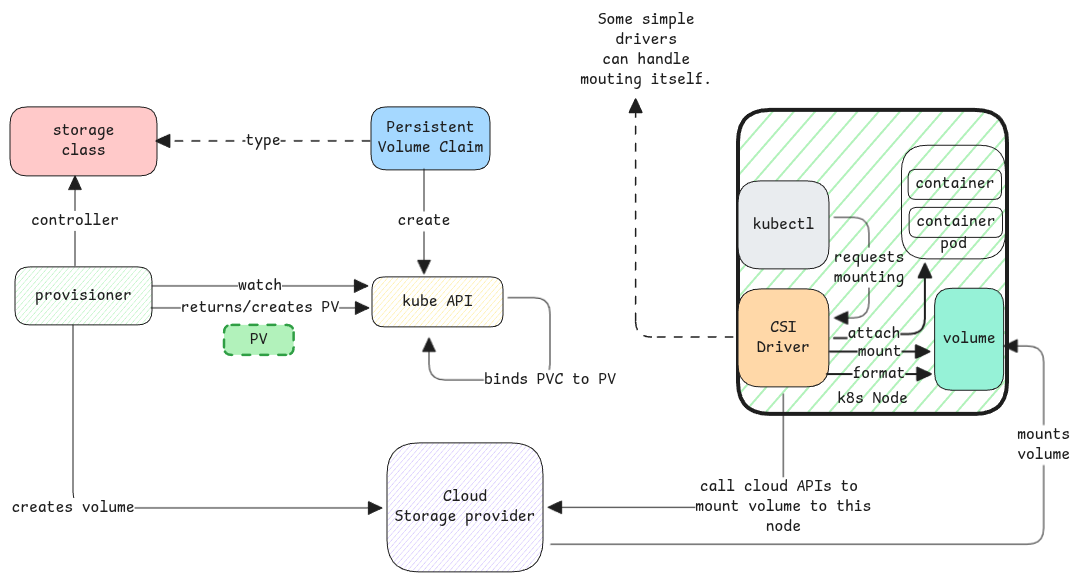
Earlier version of the Excalidraw export static/img/k8s-storage-building-blocks.excalidraw.png (swaroopar/inprogress-engineer). Source tidied: one line per element, renumbered; positions are measured from the earlier drawing's top-left corner, leaving out a move shared by most shapes.
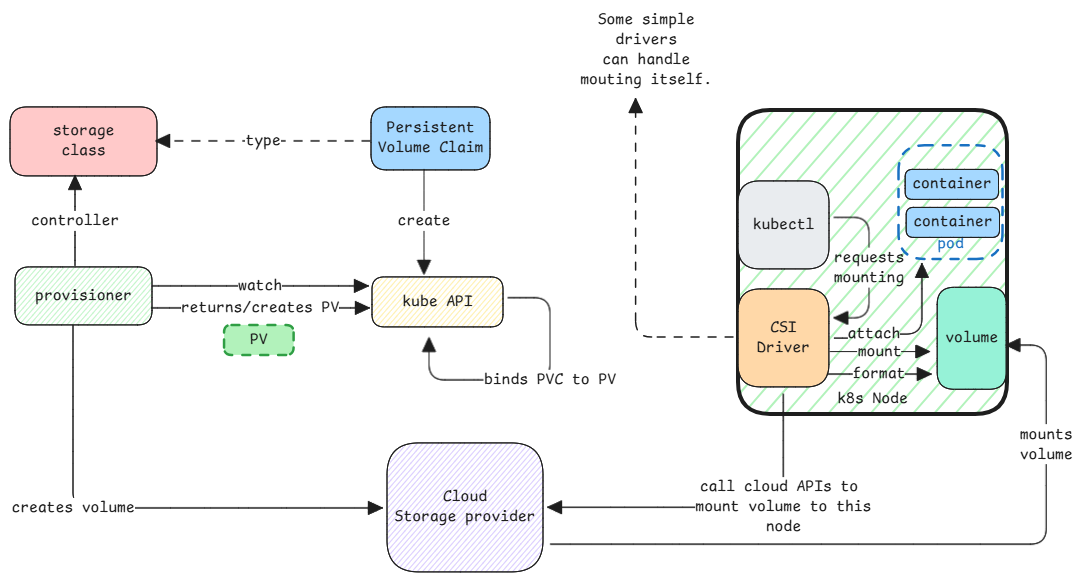
The same diagram one commit later.

What changed in the source:
```diff
@@ -32,23 +32,23 @@
 {"id": 31, "type": "text", "text": "requests\nmounting", "strokeColor": "#1e1e1e", "strokeWidth": 1, "roughness": 0, "fontSize": 16, "fontFamily": 8, "textAlign": "center", "verticalAlign": "middle", "inside": 30, "x": 824, "y": 233, "width": 70, "height": 40}
 {"id": 32, "type": "arrow", "strokeColor": "#1e1e1e", "strokeWidth": 1, "roughness": 0, "endArrowhead": "triangle", "from": 26, "to": 18, "x": 773, "y": 384, "width": 235, "height": 113, "points": [[0, 0], [0, 113], [-235, 113]]}
 {"id": 33, "type": "text", "text": "call cloud APIs to \nmount volume to this\nnode", "strokeColor": "#1e1e1e", "strokeWidth": 1, "roughness": 0, "fontSize": 16, "fontFamily": 8, "textAlign": "center", "verticalAlign": "middle", "inside": 32, "x": 659, "y": 454, "width": 176, "height": 60}
-{"id": 34, "type": "rectangle", "strokeColor": "#1e1e1e", "backgroundColor": "#96f2d7", "fillStyle": "solid", "strokeWidth": 1, "roughness": 0, "round": true, "x": 925, "y": 278, "width": 69, "height": 102}
+{"id": 34, "type": "rectangle", "strokeColor": "#1e1e1e", "backgroundColor": "#96f2d7", "fillStyle": "solid", "strokeWidth": 1, "roughness": 0, "round": true, "x": 927, "y": 277, "width": 69, "height": 102}
-{"id": 35, "type": "text", "text": "volume", "strokeColor": "#1e1e1e", "strokeWidth": 1, "roughness": 0, "fontSize": 16, "fontFamily": 8, "textAlign": "center", "verticalAlign": "middle", "inside": 34, "x": 933, "y": 319, "width": 53, "height": 20}
+{"id": 35, "type": "text", "text": "volume", "strokeColor": "#1e1e1e", "strokeWidth": 1, "roughness": 0, "fontSize": 16, "fontFamily": 8, "textAlign": "center", "verticalAlign": "middle", "inside": 34, "x": 935, "y": 318, "width": 53, "height": 20}
-{"id": 36, "type": "arrow", "strokeColor": "#1e1e1e", "strokeWidth": 1, "roughness": 0, "endArrowhead": "triangle", "from": 18, "to": 34, "x": 540, "y": 534, "width": 493, "height": 198, "points": [[0, 0], [493, 0], [493, -198], [453, -198]]}
+{"id": 36, "type": "arrow", "strokeColor": "#1e1e1e", "strokeWidth": 1, "roughness": 0, "endArrowhead": "triangle", "from": 18, "to": 34, "x": 540, "y": 534, "width": 496, "height": 199, "points": [[0, 0], [496, 0], [496, -199], [456, -199]]}
 {"id": 37, "type": "text", "text": "mounts\nvolume", "strokeColor": "#1e1e1e", "strokeWidth": 2, "roughness": 1, "fontSize": 16, "fontFamily": 8, "textAlign": "center", "verticalAlign": "middle", "inside": 36, "x": 1009, "y": 411, "width": 53, "height": 40}
 {"id": 38, "type": "text", "text": "Some simple\ndrivers\ncan handle\nmouting itself.", "strokeColor": "#1e1e1e", "backgroundColor": "#b2f2bb", "fillStyle": "hachure", "strokeWidth": 4, "roughness": 1, "fontSize": 16, "fontFamily": 8, "textAlign": "center", "x": 567, "y": 0, "width": 139, "height": 80}
 {"id": 39, "type": "arrow", "strokeColor": "#1e1e1e", "backgroundColor": "#b2f2bb", "fillStyle": "hachure", "strokeWidth": 1, "strokeStyle": "dashed", "roughness": 0, "endArrowhead": "triangle", "from": 26, "to": 38, "x": 723, "y": 327, "width": 97, "height": 238, "points": [[0, 0], [-97, 0], [-97, -238]]}
 {"id": 40, "type": "rectangle", "strokeColor": "#2f9e44", "backgroundColor": "#b2f2bb", "fillStyle": "solid", "strokeWidth": 2, "strokeStyle": "dashed", "roughness": 0, "round": true, "x": 214, "y": 315, "width": 70, "height": 30}
 {"id": 41, "type": "text", "text": "PV", "strokeColor": "#1e1e1e", "backgroundColor": "#b2f2bb", "fillStyle": "hachure", "strokeWidth": 1, "strokeStyle": "dashed", "roughness": 0, "fontSize": 16, "fontFamily": 8, "textAlign": "center", "verticalAlign": "middle", "inside": 40, "x": 240, "y": 320, "width": 18, "height": 20}
-{"id": 42, "type": "arrow", "strokeColor": "#1e1e1e", "strokeWidth": 2, "roughness": 0, "endArrowhead": "triangle", "from": 26, "x": 820, "y": 342, "width": 100, "height": 0, "points": [[0, 0], [100, 0]]}
+{"id": 42, "type": "arrow", "strokeColor": "#1e1e1e", "strokeWidth": 1, "roughness": 0, "endArrowhead": "triangle", "from": 26, "x": 820, "y": 342, "width": 100, "height": 0, "points": [[0, 0], [100, 0]]}
 {"id": 43, "type": "text", "text": "mount", "strokeColor": "#1e1e1e", "strokeWidth": 2, "roughness": 0, "fontSize": 16, "fontFamily": 8, "textAlign": "center", "verticalAlign": "middle", "inside": 42, "x": 848, "y": 308, "width": 44, "height": 20}
-{"id": 44, "type": "arrow", "strokeColor": "#1e1e1e", "strokeWidth": 2, "roughness": 0, "endArrowhead": "triangle", "x": 817, "y": 364, "width": 104, "height": 0, "points": [[0, 0], [104, 0]]}
+{"id": 44, "type": "arrow", "strokeColor": "#1e1e1e", "strokeWidth": 1, "roughness": 0, "endArrowhead": "triangle", "x": 817, "y": 364, "width": 104, "height": 0, "points": [[0, 0], [104, 0]]}
 {"id": 45, "type": "text", "text": "format", "strokeColor": "#1e1e1e", "strokeWidth": 2, "roughness": 0, "fontSize": 16, "fontFamily": 8, "textAlign": "center", "verticalAlign": "middle", "inside": 44, "x": 846, "y": 330, "width": 53, "height": 20}
-{"id": 46, "type": "rectangle", "strokeColor": "#1e1e1e", "strokeWidth": 1, "roughness": 0, "round": true, "x": 892, "y": 135, "width": 104, "height": 114}
+{"id": 46, "type": "rectangle", "strokeColor": "#1971c2", "strokeWidth": 2, "strokeStyle": "dashed", "roughness": 0, "round": true, "x": 889, "y": 135, "width": 104, "height": 114}
-{"id": 47, "type": "text", "text": "pod", "strokeColor": "#1e1e1e", "strokeWidth": 2, "roughness": 0, "fontSize": 16, "fontFamily": 8, "textAlign": "center", "verticalAlign": "bottom", "inside": 46, "x": 930, "y": 224, "width": 26, "height": 20}
+{"id": 47, "type": "text", "text": "pod", "strokeColor": "#1971c2", "strokeWidth": 2, "roughness": 0, "fontSize": 16, "fontFamily": 8, "textAlign": "center", "verticalAlign": "bottom", "inside": 46, "x": 927, "y": 224, "width": 26, "height": 20}
-{"id": 48, "type": "rectangle", "strokeColor": "#1e1e1e", "strokeWidth": 1, "roughness": 0, "round": true, "x": 898, "y": 159, "width": 93, "height": 30}
+{"id": 48, "type": "rectangle", "strokeColor": "#1e1e1e", "backgroundColor": "#a5d8ff", "fillStyle": "solid", "strokeWidth": 1, "roughness": 0, "round": true, "x": 895, "y": 159, "width": 93, "height": 30}
-{"id": 49, "type": "text", "text": "container", "strokeColor": "#1e1e1e", "strokeWidth": 2, "roughness": 0, "fontSize": 16, "fontFamily": 8, "textAlign": "center", "verticalAlign": "middle", "inside": 48, "x": 905, "y": 164, "width": 79, "height": 20}
+{"id": 49, "type": "text", "text": "container", "strokeColor": "#1e1e1e", "strokeWidth": 2, "roughness": 0, "fontSize": 16, "fontFamily": 8, "textAlign": "center", "verticalAlign": "middle", "inside": 48, "x": 902, "y": 164, "width": 79, "height": 20}
-{"id": 50, "type": "arrow", "strokeColor": "#1e1e1e", "strokeWidth": 2, "roughness": 0, "endArrowhead": "triangle", "from": 26, "to": 46, "x": 824, "y": 328, "width": 91, "height": 74, "points": [[0, 0], [40, 0], [40, -4], [91, -4], [91, -74]]}
+{"id": 50, "type": "arrow", "strokeColor": "#1e1e1e", "strokeWidth": 1, "roughness": 0, "endArrowhead": "triangle", "from": 26, "to": 46, "x": 824, "y": 328, "width": 88, "height": 74, "points": [[0, 0], [40, 0], [40, -4], [88, -4], [88, -74]]}
 {"id": 51, "type": "text", "text": "attach", "strokeColor": "#1e1e1e", "strokeWidth": 2, "roughness": 0, "fontSize": 16, "fontFamily": 8, "textAlign": "center", "verticalAlign": "middle", "inside": 50, "x": 882, "y": 318, "width": 53, "height": 20}
-{"id": 52, "type": "rectangle", "strokeColor": "#1e1e1e", "strokeWidth": 1, "roughness": 0, "round": true, "x": 899, "y": 197, "width": 93, "height": 30}
+{"id": 52, "type": "rectangle", "strokeColor": "#1e1e1e", "backgroundColor": "#a5d8ff", "fillStyle": "solid", "strokeWidth": 1, "roughness": 0, "round": true, "x": 896, "y": 197, "width": 93, "height": 30}
-{"id": 53, "type": "text", "text": "container", "strokeColor": "#1e1e1e", "strokeWidth": 2, "roughness": 0, "fontSize": 16, "fontFamily": 8, "textAlign": "center", "verticalAlign": "middle", "inside": 52, "x": 906, "y": 202, "width": 79, "height": 20}
+{"id": 53, "type": "text", "text": "container", "strokeColor": "#1e1e1e", "strokeWidth": 2, "roughness": 0, "fontSize": 16, "fontFamily": 8, "textAlign": "center", "verticalAlign": "middle", "inside": 52, "x": 903, "y": 202, "width": 79, "height": 20}
```
